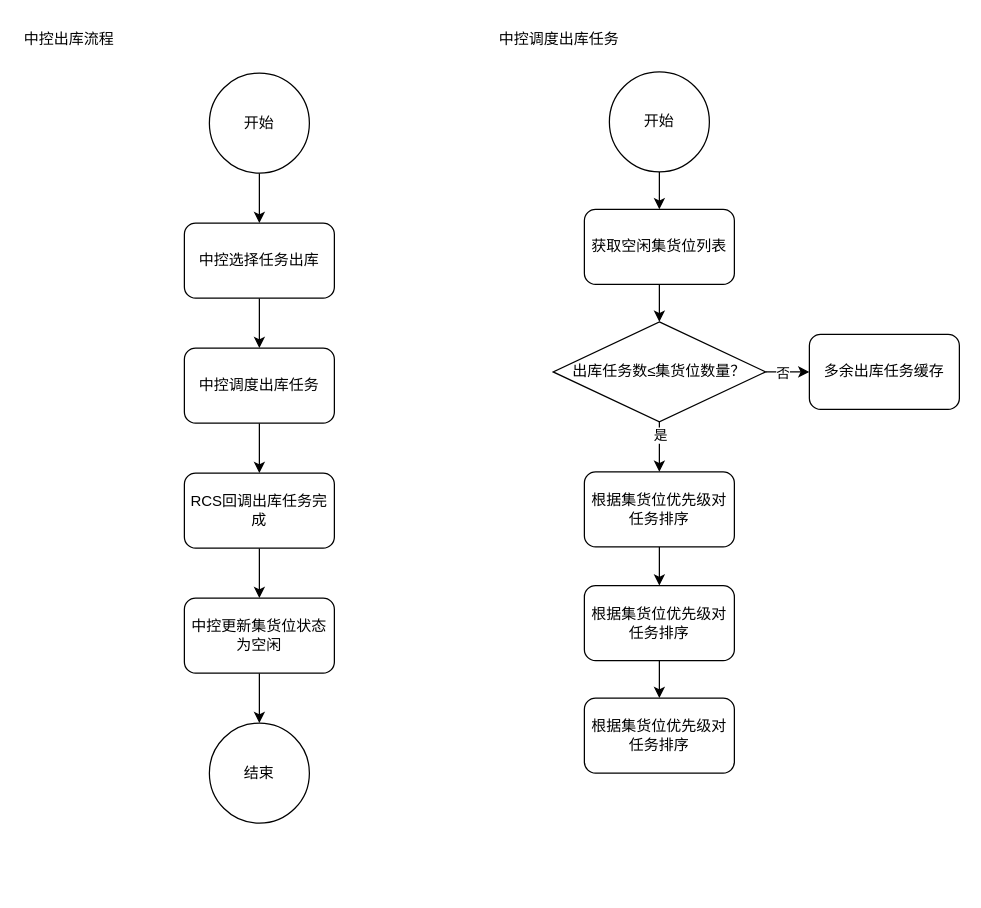
The draw.io diagram 威海HP传感器CR流程图.drawio in FrankKirin/PM_works, before the edit. Source tidied: cells renumbered, new cells numbered last; positions are measured from the earlier drawing's top-left corner, leaving out a move shared by most shapes. Both pictures are drawn from the tidied source at 125%, with x=0, y=0 at pixel (21, 21).
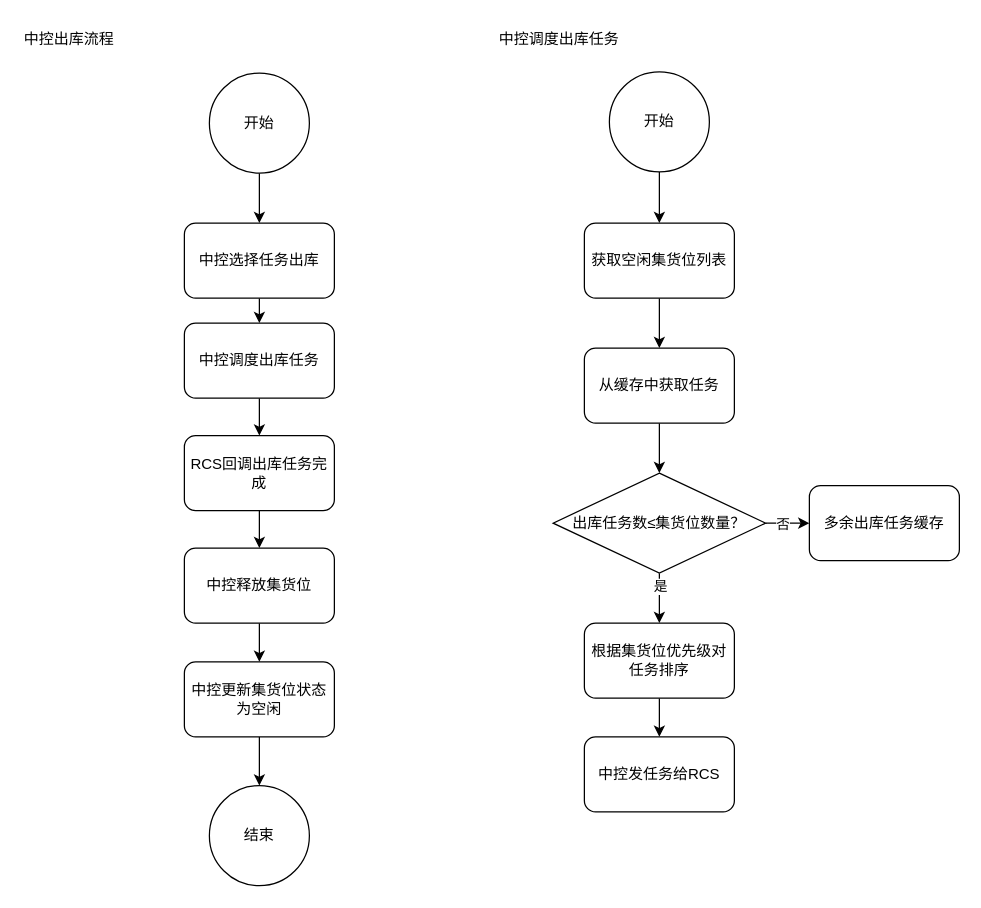
The same diagram, later.

Commit message (it also covers changes not shown here):
Update 威海HP传感器CR流程图.drawio

Change to the diagram source:
```diff
@@
     <mxCell id="7" value="中控调度出库任务" style="rounded=1;whiteSpace=wrap;html=1;" parent="1" vertex="1">
-      <mxGeometry x="130" y="261" width="120" height="60" as="geometry" />
+      <mxGeometry x="130" y="241" width="120" height="60" as="geometry" />
     </mxCell>
@@
     <mxCell id="9" value="RCS回调出库任务完成" style="rounded=1;whiteSpace=wrap;html=1;" parent="1" vertex="1">
-      <mxGeometry x="130" y="361" width="120" height="60" as="geometry" />
+      <mxGeometry x="130" y="331" width="120" height="60" as="geometry" />
     </mxCell>
-    <mxCell id="10" style="edgeStyle=orthogonalEdgeStyle;rounded=0;jettySize=auto;html=1;exitX=0.5;exitY=1;exitDx=0;exitDy=0;entryX=0.5;entryY=0;entryDx=0;entryDy=0;" parent="1" edge="1" source="11" target="12">
-      <mxGeometry relative="1" as="geometry" />
-    </mxCell>
+    <mxCell id="30" style="edgeStyle=orthogonalEdgeStyle;rounded=0;jettySize=auto;html=1;exitX=0.5;exitY=1;exitDx=0;exitDy=0;entryX=0.5;entryY=0;entryDx=0;entryDy=0;" parent="1" edge="1" source="11" target="36">
+      <mxGeometry relative="1" as="geometry" />
+    </mxCell>
-    <mxCell id="11" value="中控更新集货位状态为空闲" style="rounded=1;whiteSpace=wrap;html=1;" parent="1" vertex="1">
-      <mxGeometry x="130" y="461" width="120" height="60" as="geometry" />
+    <mxCell id="11" value="中控释放集货位" style="rounded=1;whiteSpace=wrap;html=1;" parent="1" vertex="1">
+      <mxGeometry x="130" y="421" width="120" height="60" as="geometry" />
     </mxCell>
     <mxCell id="12" value="结束" style="ellipse;whiteSpace=wrap;html=1;" parent="1" vertex="1">
-      <mxGeometry x="150" y="561" width="80" height="80" as="geometry" />
+      <mxGeometry x="150" y="611" width="80" height="80" as="geometry" />
     </mxCell>
@@
-    <mxCell id="17" style="edgeStyle=orthogonalEdgeStyle;rounded=0;jettySize=auto;html=1;exitX=0.5;exitY=1;exitDx=0;exitDy=0;entryX=0.5;entryY=0;entryDx=0;entryDy=0;" parent="1" edge="1" source="18" target="23">
-      <mxGeometry relative="1" as="geometry" />
-    </mxCell>
-    <mxCell id="18" value="获取空闲集货位列表" style="rounded=1;whiteSpace=wrap;html=1;" parent="1" vertex="1">
-      <mxGeometry x="450" y="150" width="120" height="60" as="geometry" />
-    </mxCell>
@@
     <mxCell id="23" value="出库任务数≤集货位数量？" style="rhombus;whiteSpace=wrap;html=1;" parent="1" vertex="1">
-      <mxGeometry x="425" y="240" width="170" height="80" as="geometry" />
+      <mxGeometry x="425" y="361" width="170" height="80" as="geometry" />
     </mxCell>
     <mxCell id="24" value="多余出库任务缓存" style="rounded=1;whiteSpace=wrap;html=1;" parent="1" vertex="1">
-      <mxGeometry x="630" y="250" width="120" height="60" as="geometry" />
+      <mxGeometry x="630" y="371" width="120" height="60" as="geometry" />
     </mxCell>
@@
     <mxCell id="26" value="根据集货位优先级对任务排序" style="rounded=1;whiteSpace=wrap;html=1;" parent="1" vertex="1">
-      <mxGeometry x="450" y="360" width="120" height="60" as="geometry" />
+      <mxGeometry x="450" y="481" width="120" height="60" as="geometry" />
     </mxCell>
-    <mxCell id="27" style="edgeStyle=orthogonalEdgeStyle;rounded=0;jettySize=auto;html=1;exitX=0.5;exitY=1;exitDx=0;exitDy=0;entryX=0.5;entryY=0;entryDx=0;entryDy=0;" parent="1" edge="1" source="28" target="29">
-      <mxGeometry relative="1" as="geometry" />
-    </mxCell>
-    <mxCell id="28" value="根据集货位优先级对任务排序" style="rounded=1;whiteSpace=wrap;html=1;" parent="1" vertex="1">
-      <mxGeometry x="450" y="451" width="120" height="60" as="geometry" />
+    <mxCell id="28" value="中控发任务给RCS" style="rounded=1;whiteSpace=wrap;html=1;" parent="1" vertex="1">
+      <mxGeometry x="450" y="572" width="120" height="60" as="geometry" />
     </mxCell>
-    <mxCell id="29" value="根据集货位优先级对任务排序" style="rounded=1;whiteSpace=wrap;html=1;" parent="1" vertex="1">
-      <mxGeometry x="450" y="541" width="120" height="60" as="geometry" />
-    </mxCell>
+    <mxCell id="31" style="edgeStyle=orthogonalEdgeStyle;rounded=0;orthogonalLoop=1;jettySize=auto;html=1;exitX=1;exitY=0.5;exitDx=0;exitDy=0;entryX=0;entryY=0.5;entryDx=0;entryDy=0;" parent="1" edge="1">
+      <mxGeometry relative="1" as="geometry">
+        <mxPoint x="595" y="191" as="sourcePoint" />
+      </mxGeometry>
+    </mxCell>
+    <mxCell id="32" style="edgeStyle=orthogonalEdgeStyle;rounded=0;jettySize=auto;html=1;exitX=0.5;exitY=1;exitDx=0;exitDy=0;entryX=0.5;entryY=0;entryDx=0;entryDy=0;" parent="1" edge="1" source="18" target="34">
+      <mxGeometry relative="1" as="geometry" />
+    </mxCell>
+    <mxCell id="18" value="获取空闲集货位列表" style="rounded=1;whiteSpace=wrap;html=1;" parent="1" vertex="1">
+      <mxGeometry x="450" y="161" width="120" height="60" as="geometry" />
+    </mxCell>
+    <mxCell id="33" style="edgeStyle=orthogonalEdgeStyle;rounded=0;jettySize=auto;html=1;exitX=0.5;exitY=1;exitDx=0;exitDy=0;entryX=0.5;entryY=0;entryDx=0;entryDy=0;" parent="1" edge="1" source="34" target="23">
+      <mxGeometry relative="1" as="geometry" />
+    </mxCell>
+    <mxCell id="34" value="从缓存中获取任务" style="rounded=1;whiteSpace=wrap;html=1;" parent="1" vertex="1">
+      <mxGeometry x="450" y="261" width="120" height="60" as="geometry" />
+    </mxCell>
+    <mxCell id="35" style="edgeStyle=orthogonalEdgeStyle;rounded=0;jettySize=auto;html=1;exitX=0.5;exitY=1;exitDx=0;exitDy=0;entryX=0.5;entryY=0;entryDx=0;entryDy=0;" parent="1" edge="1" source="36" target="12">
+      <mxGeometry relative="1" as="geometry" />
+    </mxCell>
+    <mxCell id="36" value="中控更新集货位状态为空闲" style="rounded=1;whiteSpace=wrap;html=1;" parent="1" vertex="1">
+      <mxGeometry x="130" y="512" width="120" height="60" as="geometry" />
+    </mxCell>
```
